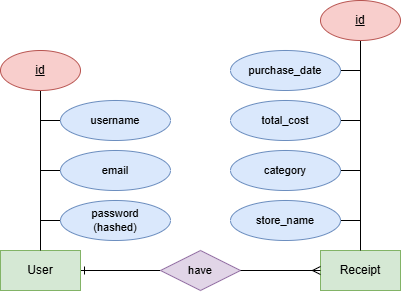
This is src/main/resources/docs/HomeEconomics ER-Diagram.drawio.png from SleepingFores7s/Home-Economics, a draw.io export, as it was before one commit. Source tidied: cells renumbered, new cells last; positions are measured from the earlier drawing's top-left corner, leaving out a move shared by most shapes.
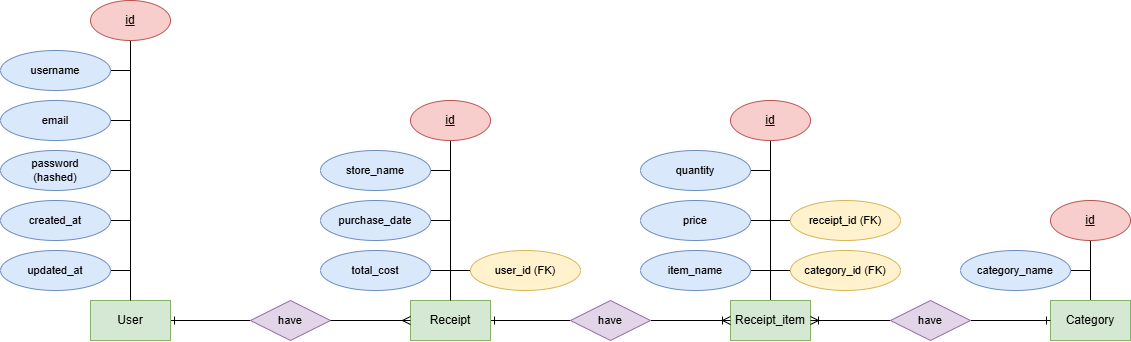
Above is the later version.

Commit message:
Updated ER-diagram to better reflect the DB

The edit, as a diff of the source:
```diff
@@ -6,43 +6,46 @@
       <mxGeometry relative="1" as="geometry" />
     </mxCell>
     <mxCell id="3" value="User" style="whiteSpace=wrap;html=1;align=center;fillColor=#d5e8d4;strokeColor=#82b366;" parent="1" vertex="1">
-      <mxGeometry y="250" width="80" height="40" as="geometry" />
+      <mxGeometry x="-200" y="250" width="80" height="40" as="geometry" />
     </mxCell>
+    <mxCell id="25" style="edgeStyle=orthogonalEdgeStyle;rounded=0;jettySize=auto;html=1;endArrow=none;endFill=0;startArrow=ERone;startFill=0;" parent="1" edge="1" source="4" target="32">
+      <mxGeometry relative="1" as="geometry" />
+    </mxCell>
     <mxCell id="4" value="Receipt" style="whiteSpace=wrap;html=1;align=center;fillColor=#d5e8d4;strokeColor=#82b366;" parent="1" vertex="1">
-      <mxGeometry x="320" y="250" width="80" height="40" as="geometry" />
+      <mxGeometry x="120" y="250" width="80" height="40" as="geometry" />
     </mxCell>
     <mxCell id="5" style="edgeStyle=orthogonalEdgeStyle;rounded=0;jettySize=auto;html=1;endArrow=none;endFill=0;" parent="1" edge="1" source="6" target="3">
       <mxGeometry relative="1" as="geometry" />
     </mxCell>
     <mxCell id="6" value="&lt;u&gt;id&lt;/u&gt;" style="ellipse;whiteSpace=wrap;html=1;align=center;fillColor=#f8cecc;strokeColor=#b85450;" parent="1" vertex="1">
-      <mxGeometry y="50" width="80" height="40" as="geometry" />
+      <mxGeometry x="-200" y="-50" width="80" height="40" as="geometry" />
     </mxCell>
     <mxCell id="7" style="edgeStyle=orthogonalEdgeStyle;shape=connector;rounded=0;jettySize=auto;html=1;align=center;verticalAlign=middle;fontFamily=Helvetica;fontSize=11;fontColor=default;labelBackgroundColor=none;endArrow=none;endFill=0;" parent="1" edge="1" source="8">
       <mxGeometry relative="1" as="geometry">
-        <mxPoint x="40" y="170" as="targetPoint" />
+        <mxPoint x="-160" y="70" as="targetPoint" />
       </mxGeometry>
     </mxCell>
     <mxCell id="8" value="email" style="ellipse;whiteSpace=wrap;html=1;align=center;fontFamily=Helvetica;fontSize=11;labelBackgroundColor=none;fillColor=#dae8fc;strokeColor=#6c8ebf;" parent="1" vertex="1">
-      <mxGeometry x="60" y="150" width="110" height="40" as="geometry" />
+      <mxGeometry x="-290" y="50" width="110" height="40" as="geometry" />
     </mxCell>
     <mxCell id="9" style="edgeStyle=orthogonalEdgeStyle;shape=connector;rounded=0;jettySize=auto;html=1;align=center;verticalAlign=middle;fontFamily=Helvetica;fontSize=11;fontColor=default;labelBackgroundColor=none;endArrow=none;endFill=0;" parent="1" edge="1" source="10">
       <mxGeometry relative="1" as="geometry">
-        <mxPoint x="40" y="120" as="targetPoint" />
+        <mxPoint x="-160" y="20" as="targetPoint" />
       </mxGeometry>
     </mxCell>
     <mxCell id="10" value="username" style="ellipse;whiteSpace=wrap;html=1;align=center;fontFamily=Helvetica;fontSize=11;labelBackgroundColor=none;fillColor=#dae8fc;strokeColor=#6c8ebf;" parent="1" vertex="1">
-      <mxGeometry x="60" y="100" width="110" height="40" as="geometry" />
+      <mxGeometry x="-290" width="110" height="40" as="geometry" />
     </mxCell>
     <mxCell id="11" style="edgeStyle=orthogonalEdgeStyle;shape=connector;rounded=0;jettySize=auto;html=1;align=center;verticalAlign=middle;fontFamily=Helvetica;fontSize=11;fontColor=default;labelBackgroundColor=none;endArrow=none;endFill=0;" parent="1" edge="1" source="12">
       <mxGeometry relative="1" as="geometry">
-        <mxPoint x="40" y="220" as="targetPoint" />
+        <mxPoint x="-160" y="120" as="targetPoint" />
       </mxGeometry>
     </mxCell>
     <mxCell id="12" value="password&lt;div&gt;(hashed)&lt;/div&gt;" style="ellipse;whiteSpace=wrap;html=1;align=center;fontFamily=Helvetica;fontSize=11;labelBackgroundColor=none;fillColor=#dae8fc;strokeColor=#6c8ebf;" parent="1" vertex="1">
-      <mxGeometry x="60" y="200" width="110" height="40" as="geometry" />
+      <mxGeometry x="-290" y="100" width="110" height="40" as="geometry" />
     </mxCell>
     <mxCell id="13" value="have" style="shape=rhombus;perimeter=rhombusPerimeter;whiteSpace=wrap;html=1;align=center;fontFamily=Helvetica;fontSize=11;labelBackgroundColor=none;fillColor=#e1d5e7;strokeColor=#9673a6;" parent="1" vertex="1">
-      <mxGeometry x="160" y="250" width="80" height="40" as="geometry" />
+      <mxGeometry x="-40" y="250" width="80" height="40" as="geometry" />
     </mxCell>
     <mxCell id="14" style="edgeStyle=orthogonalEdgeStyle;shape=connector;rounded=0;jettySize=auto;html=1;strokeColor=default;align=center;verticalAlign=middle;fontFamily=Helvetica;fontSize=11;fontColor=default;labelBackgroundColor=default;endArrow=ERmany;endFill=0;" parent="1" edge="1" source="13" target="4">
       <mxGeometry relative="1" as="geometry" />
@@ -51,39 +54,136 @@
       <mxGeometry relative="1" as="geometry" />
     </mxCell>
     <mxCell id="16" value="&lt;u&gt;id&lt;/u&gt;" style="ellipse;whiteSpace=wrap;html=1;align=center;fillColor=#f8cecc;strokeColor=#b85450;" parent="1" vertex="1">
-      <mxGeometry x="320" width="80" height="40" as="geometry" />
+      <mxGeometry x="120" y="50" width="80" height="40" as="geometry" />
     </mxCell>
-    <mxCell id="17" style="edgeStyle=orthogonalEdgeStyle;shape=connector;rounded=0;jettySize=auto;html=1;strokeColor=default;align=center;verticalAlign=middle;fontFamily=Helvetica;fontSize=11;fontColor=default;labelBackgroundColor=default;endArrow=none;endFill=0;" parent="1" edge="1" source="18">
-      <mxGeometry relative="1" as="geometry">
-        <mxPoint x="360" y="170" as="targetPoint" />
-      </mxGeometry>
-    </mxCell>
-    <mxCell id="18" value="category" style="ellipse;whiteSpace=wrap;html=1;align=center;fontFamily=Helvetica;fontSize=11;labelBackgroundColor=none;fillColor=#dae8fc;strokeColor=#6c8ebf;" parent="1" vertex="1">
-      <mxGeometry x="230" y="150" width="110" height="40" as="geometry" />
-    </mxCell>
-    <mxCell id="19" style="edgeStyle=orthogonalEdgeStyle;shape=connector;rounded=0;jettySize=auto;html=1;strokeColor=default;align=center;verticalAlign=middle;fontFamily=Helvetica;fontSize=11;fontColor=default;labelBackgroundColor=default;endArrow=none;endFill=0;" parent="1" edge="1" source="20">
-      <mxGeometry relative="1" as="geometry">
-        <mxPoint x="360" y="120" as="targetPoint" />
-      </mxGeometry>
-    </mxCell>
+    <mxCell id="26" style="edgeStyle=orthogonalEdgeStyle;shape=connector;rounded=0;jettySize=auto;html=1;labelBackgroundColor=default;strokeColor=default;align=center;verticalAlign=middle;fontFamily=Helvetica;fontSize=11;fontColor=default;endArrow=none;endFill=0;" parent="1" edge="1" source="20">
+      <mxGeometry relative="1" as="geometry">
+        <mxPoint x="160" y="220" as="targetPoint" />
+      </mxGeometry>
+    </mxCell>
     <mxCell id="20" value="total_cost" style="ellipse;whiteSpace=wrap;html=1;align=center;fontFamily=Helvetica;fontSize=11;labelBackgroundColor=none;fillColor=#dae8fc;strokeColor=#6c8ebf;" parent="1" vertex="1">
-      <mxGeometry x="230" y="100" width="110" height="40" as="geometry" />
+      <mxGeometry x="30" y="200" width="110" height="40" as="geometry" />
     </mxCell>
     <mxCell id="21" style="edgeStyle=orthogonalEdgeStyle;shape=connector;rounded=0;jettySize=auto;html=1;strokeColor=default;align=center;verticalAlign=middle;fontFamily=Helvetica;fontSize=11;fontColor=default;labelBackgroundColor=default;endArrow=none;endFill=0;" parent="1" edge="1" source="22">
       <mxGeometry relative="1" as="geometry">
-        <mxPoint x="360" y="70" as="targetPoint" />
+        <mxPoint x="160" y="170" as="targetPoint" />
       </mxGeometry>
     </mxCell>
     <mxCell id="22" value="purchase_date" style="ellipse;whiteSpace=wrap;html=1;align=center;fontFamily=Helvetica;fontSize=11;labelBackgroundColor=none;fillColor=#dae8fc;strokeColor=#6c8ebf;" parent="1" vertex="1">
-      <mxGeometry x="230" y="50" width="110" height="40" as="geometry" />
+      <mxGeometry x="30" y="150" width="110" height="40" as="geometry" />
     </mxCell>
-    <mxCell id="23" style="edgeStyle=orthogonalEdgeStyle;shape=connector;rounded=0;jettySize=auto;html=1;strokeColor=default;align=center;verticalAlign=middle;fontFamily=Helvetica;fontSize=11;fontColor=default;labelBackgroundColor=default;endArrow=none;endFill=0;" parent="1" edge="1" source="24">
-      <mxGeometry relative="1" as="geometry">
-        <mxPoint x="360" y="220" as="targetPoint" />
-      </mxGeometry>
-    </mxCell>
+    <mxCell id="27" style="edgeStyle=orthogonalEdgeStyle;rounded=0;jettySize=auto;html=1;endArrow=none;endFill=0;" parent="1" edge="1" source="28" target="36">
+      <mxGeometry relative="1" as="geometry" />
+    </mxCell>
+    <mxCell id="28" value="Receipt_item" style="whiteSpace=wrap;html=1;align=center;fillColor=#d5e8d4;strokeColor=#82b366;" parent="1" vertex="1">
+      <mxGeometry x="440" y="250" width="80" height="40" as="geometry" />
+    </mxCell>
+    <mxCell id="29" style="edgeStyle=orthogonalEdgeStyle;rounded=0;jettySize=auto;html=1;endArrow=none;endFill=0;" parent="1" edge="1" source="30" target="37">
+      <mxGeometry relative="1" as="geometry" />
+    </mxCell>
+    <mxCell id="30" value="Category" style="whiteSpace=wrap;html=1;align=center;fillColor=#d5e8d4;strokeColor=#82b366;" parent="1" vertex="1">
+      <mxGeometry x="760" y="250" width="80" height="40" as="geometry" />
+    </mxCell>
+    <mxCell id="31" style="edgeStyle=orthogonalEdgeStyle;rounded=0;jettySize=auto;html=1;endArrow=ERoneToMany;endFill=0;" parent="1" edge="1" source="32" target="28">
+      <mxGeometry relative="1" as="geometry" />
+    </mxCell>
+    <mxCell id="32" value="have" style="shape=rhombus;perimeter=rhombusPerimeter;whiteSpace=wrap;html=1;align=center;fontFamily=Helvetica;fontSize=11;labelBackgroundColor=none;fillColor=#e1d5e7;strokeColor=#9673a6;" parent="1" vertex="1">
+      <mxGeometry x="280" y="250" width="80" height="40" as="geometry" />
+    </mxCell>
+    <mxCell id="33" style="edgeStyle=orthogonalEdgeStyle;rounded=0;jettySize=auto;html=1;endArrow=ERoneToMany;endFill=0;" parent="1" edge="1" source="35" target="28">
+      <mxGeometry relative="1" as="geometry" />
+    </mxCell>
+    <mxCell id="34" style="edgeStyle=orthogonalEdgeStyle;rounded=0;jettySize=auto;html=1;endArrow=ERone;endFill=0;" parent="1" edge="1" source="35" target="30">
+      <mxGeometry relative="1" as="geometry" />
+    </mxCell>
+    <mxCell id="35" value="have" style="shape=rhombus;perimeter=rhombusPerimeter;whiteSpace=wrap;html=1;align=center;fontFamily=Helvetica;fontSize=11;labelBackgroundColor=none;fillColor=#e1d5e7;strokeColor=#9673a6;" parent="1" vertex="1">
+      <mxGeometry x="600" y="250" width="80" height="40" as="geometry" />
+    </mxCell>
+    <mxCell id="36" value="&lt;u&gt;id&lt;/u&gt;" style="ellipse;whiteSpace=wrap;html=1;align=center;fillColor=#f8cecc;strokeColor=#b85450;" parent="1" vertex="1">
+      <mxGeometry x="440" y="50" width="80" height="40" as="geometry" />
+    </mxCell>
+    <mxCell id="37" value="&lt;u&gt;id&lt;/u&gt;" style="ellipse;whiteSpace=wrap;html=1;align=center;fillColor=#f8cecc;strokeColor=#b85450;" parent="1" vertex="1">
+      <mxGeometry x="760" y="150" width="80" height="40" as="geometry" />
+    </mxCell>
+    <mxCell id="38" style="edgeStyle=orthogonalEdgeStyle;rounded=0;jettySize=auto;html=1;endArrow=none;endFill=0;" parent="1" edge="1" source="39">
+      <mxGeometry relative="1" as="geometry">
+        <mxPoint x="480" y="170" as="targetPoint" />
+      </mxGeometry>
+    </mxCell>
+    <mxCell id="39" value="price" style="ellipse;whiteSpace=wrap;html=1;align=center;fontFamily=Helvetica;fontSize=11;labelBackgroundColor=none;fillColor=#dae8fc;strokeColor=#6c8ebf;" parent="1" vertex="1">
+      <mxGeometry x="350" y="150" width="110" height="40" as="geometry" />
+    </mxCell>
+    <mxCell id="40" style="edgeStyle=orthogonalEdgeStyle;shape=connector;rounded=0;jettySize=auto;html=1;labelBackgroundColor=default;strokeColor=default;align=center;verticalAlign=middle;fontFamily=Helvetica;fontSize=11;fontColor=default;endArrow=none;endFill=0;" parent="1" edge="1" source="41">
+      <mxGeometry relative="1" as="geometry">
+        <mxPoint x="480" y="220" as="targetPoint" />
+      </mxGeometry>
+    </mxCell>
+    <mxCell id="41" value="category_id (FK)" style="ellipse;whiteSpace=wrap;html=1;align=center;fontFamily=Helvetica;fontSize=11;labelBackgroundColor=none;fillColor=#fff2cc;strokeColor=#d6b656;" parent="1" vertex="1">
+      <mxGeometry x="500" y="200" width="110" height="40" as="geometry" />
+    </mxCell>
+    <mxCell id="42" style="edgeStyle=orthogonalEdgeStyle;shape=connector;rounded=0;jettySize=auto;html=1;labelBackgroundColor=default;strokeColor=default;align=center;verticalAlign=middle;fontFamily=Helvetica;fontSize=11;fontColor=default;endArrow=none;endFill=0;" parent="1" edge="1" source="43">
+      <mxGeometry relative="1" as="geometry">
+        <mxPoint x="480" y="220" as="targetPoint" />
+      </mxGeometry>
+    </mxCell>
+    <mxCell id="43" value="item_name" style="ellipse;whiteSpace=wrap;html=1;align=center;fontFamily=Helvetica;fontSize=11;labelBackgroundColor=none;fillColor=#dae8fc;strokeColor=#6c8ebf;" parent="1" vertex="1">
+      <mxGeometry x="350" y="200" width="110" height="40" as="geometry" />
+    </mxCell>
+    <mxCell id="44" style="edgeStyle=orthogonalEdgeStyle;shape=connector;rounded=0;jettySize=auto;html=1;labelBackgroundColor=default;strokeColor=default;align=center;verticalAlign=middle;fontFamily=Helvetica;fontSize=11;fontColor=default;endArrow=none;endFill=0;" parent="1" edge="1" source="45">
+      <mxGeometry relative="1" as="geometry">
+        <mxPoint x="800" y="220" as="targetPoint" />
+      </mxGeometry>
+    </mxCell>
+    <mxCell id="45" value="category_name" style="ellipse;whiteSpace=wrap;html=1;align=center;fontFamily=Helvetica;fontSize=11;labelBackgroundColor=none;fillColor=#dae8fc;strokeColor=#6c8ebf;" parent="1" vertex="1">
+      <mxGeometry x="670" y="200" width="110" height="40" as="geometry" />
+    </mxCell>
+    <mxCell id="46" style="edgeStyle=orthogonalEdgeStyle;shape=connector;rounded=0;jettySize=auto;html=1;labelBackgroundColor=default;strokeColor=default;align=center;verticalAlign=middle;fontFamily=Helvetica;fontSize=11;fontColor=default;endArrow=none;endFill=0;" parent="1" edge="1" source="47">
+      <mxGeometry relative="1" as="geometry">
+        <mxPoint x="160" y="220" as="targetPoint" />
+      </mxGeometry>
+    </mxCell>
+    <mxCell id="47" value="user_id (FK)" style="ellipse;whiteSpace=wrap;html=1;align=center;fontFamily=Helvetica;fontSize=11;labelBackgroundColor=none;fillColor=#fff2cc;strokeColor=#d6b656;" parent="1" vertex="1">
+      <mxGeometry x="180" y="200" width="110" height="40" as="geometry" />
+    </mxCell>
+    <mxCell id="48" style="edgeStyle=orthogonalEdgeStyle;shape=connector;rounded=0;jettySize=auto;html=1;labelBackgroundColor=default;strokeColor=default;align=center;verticalAlign=middle;fontFamily=Helvetica;fontSize=11;fontColor=default;endArrow=none;endFill=0;" parent="1" edge="1" source="49">
+      <mxGeometry relative="1" as="geometry">
+        <mxPoint x="480" y="170" as="targetPoint" />
+      </mxGeometry>
+    </mxCell>
+    <mxCell id="49" value="receipt_id (FK)" style="ellipse;whiteSpace=wrap;html=1;align=center;fontFamily=Helvetica;fontSize=11;labelBackgroundColor=none;fillColor=#fff2cc;strokeColor=#d6b656;" parent="1" vertex="1">
+      <mxGeometry x="500" y="150" width="110" height="40" as="geometry" />
+    </mxCell>
+    <mxCell id="50" style="edgeStyle=orthogonalEdgeStyle;shape=connector;rounded=0;jettySize=auto;html=1;labelBackgroundColor=default;strokeColor=default;align=center;verticalAlign=middle;fontFamily=Helvetica;fontSize=11;fontColor=default;endArrow=none;endFill=0;" parent="1" edge="1" source="51">
+      <mxGeometry relative="1" as="geometry">
+        <mxPoint x="480" y="120" as="targetPoint" />
+      </mxGeometry>
+    </mxCell>
+    <mxCell id="51" value="quantity" style="ellipse;whiteSpace=wrap;html=1;align=center;fontFamily=Helvetica;fontSize=11;labelBackgroundColor=none;fillColor=#dae8fc;strokeColor=#6c8ebf;" parent="1" vertex="1">
+      <mxGeometry x="350" y="100" width="110" height="40" as="geometry" />
+    </mxCell>
+    <mxCell id="52" style="edgeStyle=orthogonalEdgeStyle;shape=connector;rounded=0;jettySize=auto;html=1;labelBackgroundColor=default;strokeColor=default;align=center;verticalAlign=middle;fontFamily=Helvetica;fontSize=11;fontColor=default;endArrow=none;endFill=0;" parent="1" edge="1" source="53">
+      <mxGeometry relative="1" as="geometry">
+        <mxPoint x="-160" y="170" as="targetPoint" />
+      </mxGeometry>
+    </mxCell>
+    <mxCell id="53" value="created_at" style="ellipse;whiteSpace=wrap;html=1;align=center;fontFamily=Helvetica;fontSize=11;labelBackgroundColor=none;fillColor=#dae8fc;strokeColor=#6c8ebf;" parent="1" vertex="1">
+      <mxGeometry x="-290" y="150" width="110" height="40" as="geometry" />
+    </mxCell>
+    <mxCell id="54" style="edgeStyle=orthogonalEdgeStyle;shape=connector;rounded=0;jettySize=auto;html=1;labelBackgroundColor=default;strokeColor=default;align=center;verticalAlign=middle;fontFamily=Helvetica;fontSize=11;fontColor=default;endArrow=none;endFill=0;" parent="1" edge="1" source="55">
+      <mxGeometry relative="1" as="geometry">
+        <mxPoint x="-160" y="220" as="targetPoint" />
+      </mxGeometry>
+    </mxCell>
+    <mxCell id="55" value="updated_at" style="ellipse;whiteSpace=wrap;html=1;align=center;fontFamily=Helvetica;fontSize=11;labelBackgroundColor=none;fillColor=#dae8fc;strokeColor=#6c8ebf;" parent="1" vertex="1">
+      <mxGeometry x="-290" y="200" width="110" height="40" as="geometry" />
+    </mxCell>
+    <mxCell id="56" style="edgeStyle=orthogonalEdgeStyle;shape=connector;rounded=0;jettySize=auto;html=1;strokeColor=default;align=center;verticalAlign=middle;fontFamily=Helvetica;fontSize=11;fontColor=default;labelBackgroundColor=default;endArrow=none;endFill=0;" parent="1" edge="1" source="24">
+      <mxGeometry relative="1" as="geometry">
+        <mxPoint x="160" y="120" as="targetPoint" />
+      </mxGeometry>
+    </mxCell>
     <mxCell id="24" value="store_name" style="ellipse;whiteSpace=wrap;html=1;align=center;fontFamily=Helvetica;fontSize=11;labelBackgroundColor=none;fillColor=#dae8fc;strokeColor=#6c8ebf;" parent="1" vertex="1">
-      <mxGeometry x="230" y="200" width="110" height="40" as="geometry" />
+      <mxGeometry x="30" y="100" width="110" height="40" as="geometry" />
     </mxCell>
   </root>
 </mxGraphModel>
```
